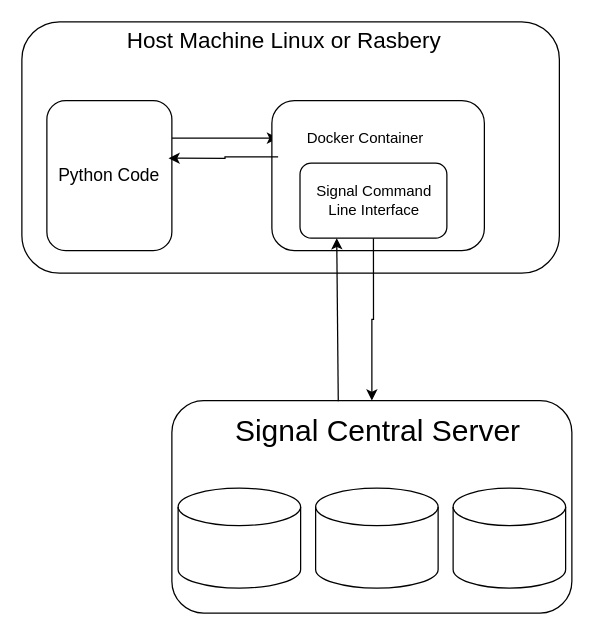
This is diagrams/g.drawio from nikolis/python-signal-bot, a draw.io file, before an edit. Source tidied: cells renumbered, new cells numbered last; positions are measured from the earlier drawing's top-left corner, leaving out a move shared by most shapes. Both pictures are drawn from the tidied source at 125%, with x=0, y=0 at pixel (21, 21).
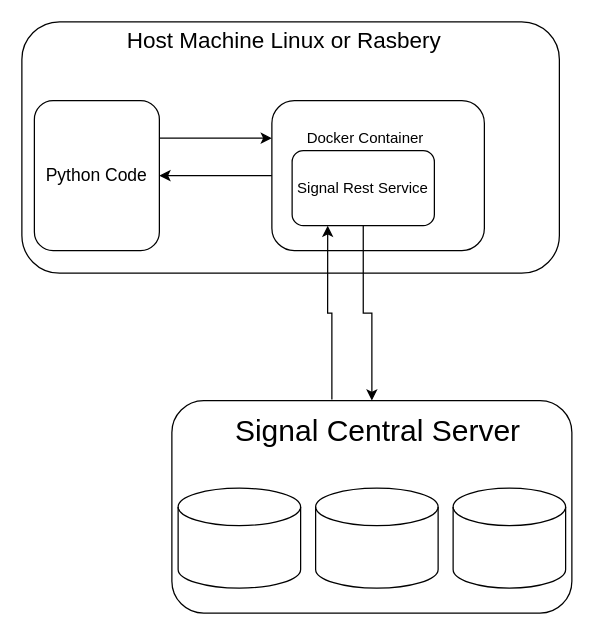
The same diagram, later.

Diff of the diagram source:
```diff
@@
 <mxGraphModel>
   <root>
     <mxCell id="0" />
     <mxCell id="1" parent="0" />
     <mxCell id="2" style="rounded=1;whiteSpace=wrap;html=1;" parent="1" vertex="1">
       <mxGeometry x="120" y="303" width="320" height="170" as="geometry" />
     </mxCell>
     <mxCell id="3" style="shape=cylinder3;whiteSpace=wrap;html=1;boundedLbl=1;backgroundOutline=1;size=15;" parent="1" vertex="1">
       <mxGeometry x="235" y="373" width="98" height="80" as="geometry" />
     </mxCell>
     <mxCell id="4" value="&lt;font style=&quot;font-size: 24px;&quot;&gt;Signal Central Server&lt;/font&gt;" style="text;html=1;align=center;verticalAlign=middle;whiteSpace=wrap;rounded=0;" parent="1" vertex="1">
       <mxGeometry x="150" y="313" width="270" height="30" as="geometry" />
     </mxCell>
     <mxCell id="5" style="shape=cylinder3;whiteSpace=wrap;html=1;boundedLbl=1;backgroundOutline=1;size=15;" parent="1" vertex="1">
       <mxGeometry x="345" y="373" width="90" height="80" as="geometry" />
     </mxCell>
     <mxCell id="6" style="shape=cylinder3;whiteSpace=wrap;html=1;boundedLbl=1;backgroundOutline=1;size=15;" parent="1" vertex="1">
       <mxGeometry x="125" y="373" width="98" height="80" as="geometry" />
     </mxCell>
     <mxCell id="7" style="rounded=1;whiteSpace=wrap;html=1;" parent="1" vertex="1">
       <mxGeometry y="-0.1" width="430" height="201.2" as="geometry" />
     </mxCell>
-    <mxCell id="8" style="edgeStyle=orthogonalEdgeStyle;rounded=0;jettySize=auto;html=1;exitX=1;exitY=0.25;exitDx=0;exitDy=0;entryX=0;entryY=0.5;entryDx=0;entryDy=0;" parent="1" edge="1" source="9" target="15">
-      <mxGeometry relative="1" as="geometry" />
+    <mxCell id="8" style="edgeStyle=orthogonalEdgeStyle;rounded=0;jettySize=auto;html=1;exitX=1;exitY=0.25;exitDx=0;exitDy=0;" parent="1" edge="1" source="9">
+      <mxGeometry relative="1" as="geometry">
+        <mxPoint x="200" y="93" as="targetPoint" />
+      </mxGeometry>
     </mxCell>
     <mxCell id="9" value="&lt;span style=&quot;font-size: 14px;&quot;&gt;Python Code&lt;/span&gt;" style="rounded=1;whiteSpace=wrap;html=1;" parent="1" vertex="1">
-      <mxGeometry x="20" y="63" width="100" height="120" as="geometry" />
+      <mxGeometry x="10" y="63" width="100" height="120" as="geometry" />
     </mxCell>
     <mxCell id="10" value="&lt;font style=&quot;font-size: 18px;&quot;&gt;Host Machine Linux or Rasbery&lt;/font&gt;" style="text;html=1;align=center;verticalAlign=middle;whiteSpace=wrap;rounded=0;" parent="1" vertex="1">
       <mxGeometry x="10" y="-0.1" width="400" height="30" as="geometry" />
     </mxCell>
     <mxCell id="11" style="edgeStyle=orthogonalEdgeStyle;rounded=0;orthogonalLoop=1;jettySize=auto;html=1;exitX=1;exitY=0.75;exitDx=0;exitDy=0;entryX=1;entryY=1;entryDx=0;entryDy=0;" parent="1" edge="1" source="15" target="15">
       <mxGeometry relative="1" as="geometry" />
     </mxCell>
     <mxCell id="12" style="rounded=1;whiteSpace=wrap;html=1;" parent="1" vertex="1">
       <mxGeometry x="200" y="63" width="170" height="120" as="geometry" />
     </mxCell>
-    <mxCell id="13" style="edgeStyle=orthogonalEdgeStyle;rounded=0;jettySize=auto;html=1;exitX=0.5;exitY=1;exitDx=0;exitDy=0;entryX=0.5;entryY=0;entryDx=0;entryDy=0;" parent="1" edge="1" source="14" target="2">
-      <mxGeometry relative="1" as="geometry" />
-    </mxCell>
-    <mxCell id="14" value="Signal Command Line Interface" style="rounded=1;whiteSpace=wrap;html=1;" parent="1" vertex="1">
-      <mxGeometry x="222.5" y="113" width="117.5" height="60" as="geometry" />
+    <mxCell id="14" value="Signal Rest Service" style="rounded=1;whiteSpace=wrap;html=1;" parent="1" vertex="1">
+      <mxGeometry x="216.2" y="103" width="113.8" height="60" as="geometry" />
     </mxCell>
     <mxCell id="15" value="Docker Container" style="text;html=1;align=center;verticalAlign=middle;whiteSpace=wrap;rounded=0;" parent="1" vertex="1">
       <mxGeometry x="205" y="63" width="140" height="60" as="geometry" />
     </mxCell>
-    <mxCell id="16" style="edgeStyle=orthogonalEdgeStyle;rounded=0;jettySize=auto;html=1;exitX=0;exitY=0.75;exitDx=0;exitDy=0;entryX=0.973;entryY=0.384;entryDx=0;entryDy=0;entryPerimeter=0;" parent="1" edge="1" source="15" target="9">
-      <mxGeometry relative="1" as="geometry" />
-    </mxCell>
+    <mxCell id="18" style="edgeStyle=orthogonalEdgeStyle;rounded=0;jettySize=auto;html=1;exitX=0;exitY=0.5;exitDx=0;exitDy=0;entryX=1;entryY=0.5;entryDx=0;entryDy=0;" parent="1" edge="1" source="12" target="9">
+      <mxGeometry relative="1" as="geometry" />
+    </mxCell>
+    <mxCell id="13" style="edgeStyle=orthogonalEdgeStyle;rounded=0;jettySize=auto;html=1;exitX=0.5;exitY=1;exitDx=0;exitDy=0;entryX=0.5;entryY=0;entryDx=0;entryDy=0;" parent="1" edge="1" source="14" target="2">
+      <mxGeometry relative="1" as="geometry" />
+    </mxCell>
-    <mxCell id="17" style="endArrow=classic;html=1;rounded=0;entryX=0.25;entryY=1;entryDx=0;entryDy=0;exitX=0.416;exitY=0.003;exitDx=0;exitDy=0;exitPerimeter=0;" parent="1" edge="1" source="2" target="14">
+    <mxCell id="17" style="edgeStyle=orthogonalEdgeStyle;rounded=0;jettySize=auto;html=1;entryX=0.25;entryY=1;entryDx=0;entryDy=0;exitX=0.4;exitY=-0.005;exitDx=0;exitDy=0;exitPerimeter=0;" parent="1" edge="1" source="2" target="14">
       <mxGeometry relative="1" as="geometry" />
     </mxCell>
   </root>
 </mxGraphModel>
```
